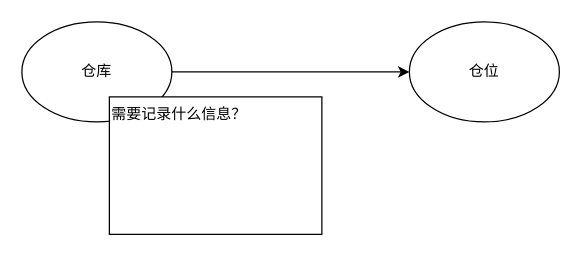
liepig1223/drawio keeps this draw.io diagram as ERP系统疏理.drawio. Above is the earlier version. Source tidied: cells renumbered, new cells numbered last; positions are measured from the earlier drawing's top-left corner, leaving out a move shared by most shapes. Both pictures are drawn from the tidied source at 125%, with x=0, y=0 at pixel (21, 21).
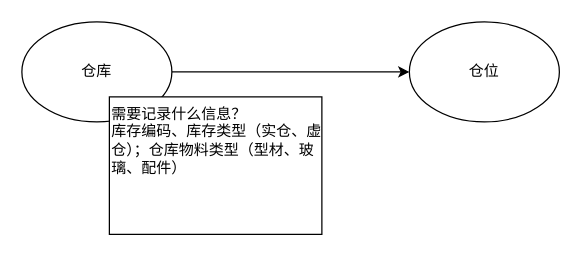
The same page after the edit.

Commit message:
更新ERP系统疏理.drawio

The edit, as a diff of the source:
```diff
@@
 <mxGraphModel>
   <root>
     <mxCell id="0" />
     <mxCell id="1" parent="0" />
     <mxCell id="2" style="edgeStyle=orthogonalEdgeStyle;rounded=0;jettySize=auto;html=1;entryX=0;entryY=0.5;entryDx=0;entryDy=0;" parent="1" edge="1" source="3" target="4">
       <mxGeometry relative="1" as="geometry" />
     </mxCell>
     <mxCell id="3" value="仓库" style="ellipse;whiteSpace=wrap;html=1;" parent="1" vertex="1">
       <mxGeometry width="120" height="80" as="geometry" />
     </mxCell>
     <mxCell id="4" value="仓位" style="ellipse;whiteSpace=wrap;html=1;" parent="1" vertex="1">
       <mxGeometry x="310" width="120" height="80" as="geometry" />
     </mxCell>
-    <mxCell id="5" value="&lt;div&gt;需要记录什么信息？&lt;/div&gt;&lt;div&gt;&lt;br&gt;&lt;/div&gt;" style="rounded=0;whiteSpace=wrap;html=1;labelPosition=center;verticalLabelPosition=middle;align=left;verticalAlign=top;" parent="1" vertex="1">
+    <mxCell id="5" value="&lt;div&gt;需要记录什么信息？&lt;/div&gt;库存编码、库存类型（实仓、虚仓）；仓库物料类型（型材、玻璃、配件）" style="rounded=0;whiteSpace=wrap;html=1;labelPosition=center;verticalLabelPosition=middle;align=left;verticalAlign=top;" parent="1" vertex="1">
       <mxGeometry x="70" y="60" width="170" height="110" as="geometry" />
     </mxCell>
   </root>
 </mxGraphModel>
```
